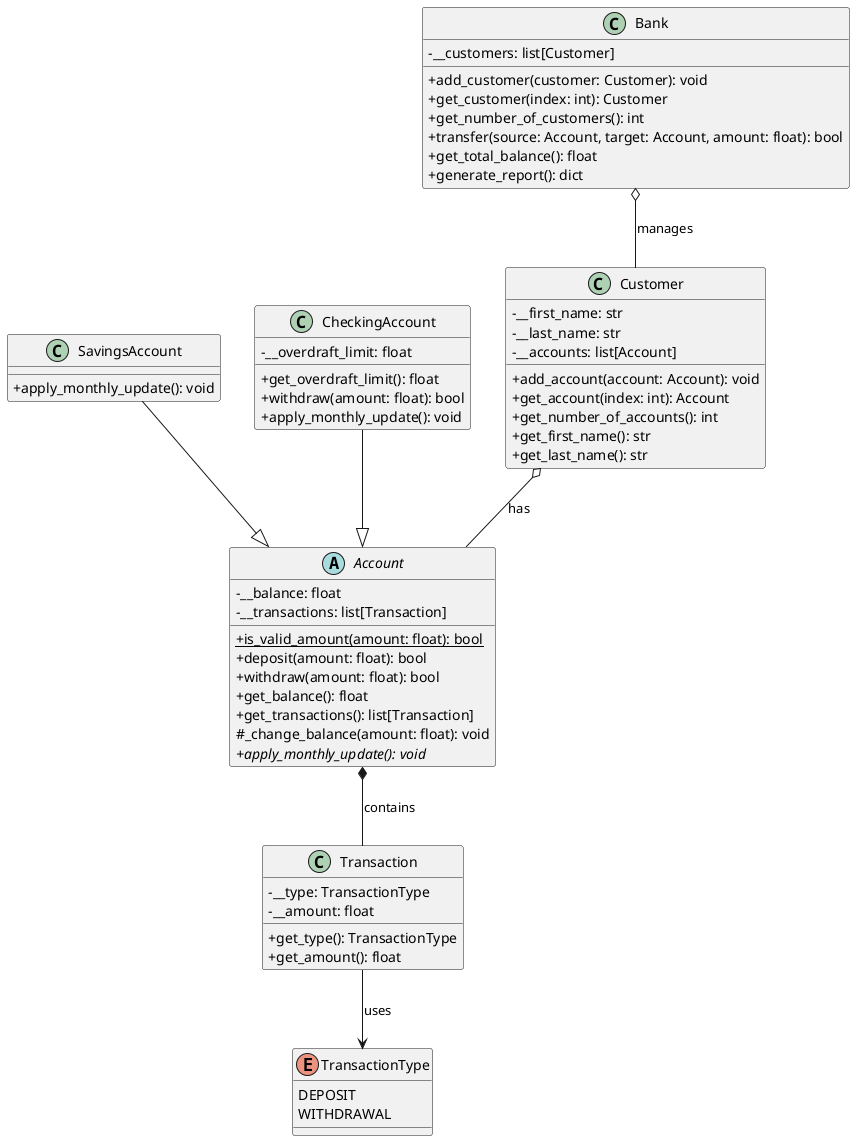
The PlantUML diagram docs/uml/banking.png in Radoslaw-Stepien/banking-OOP-python, before a commit. Source of this version:
```plantuml
@startuml banking

skinparam classAttributeIconSize 0

enum TransactionType {
    DEPOSIT
    WITHDRAWAL
}

class Transaction {
    - __type: TransactionType
    - __amount: float
    + get_type(): TransactionType
    + get_amount(): float
}

abstract class Account {
    - __balance: float
    - __transactions: list[Transaction]
    + {static} is_valid_amount(amount: float): bool
    + deposit(amount: float): bool
    + withdraw(amount: float): bool
    + get_balance(): float
    + get_transactions(): list[Transaction]
    # _change_balance(amount: float): void
    + {abstract} apply_monthly_update(): void
}

class SavingsAccount {
    + apply_monthly_update(): void
}

class CheckingAccount {
    - __overdraft_limit: float
    + get_overdraft_limit(): float
    + withdraw(amount: float): bool
    + apply_monthly_update(): void
}

class Customer {
    - __first_name: str
    - __last_name: str
    - __accounts: list[Account]
    + add_account(account: Account): void
    + get_account(index: int): Account
    + get_number_of_accounts(): int
    + get_first_name(): str
    + get_last_name(): str
}

class Bank {
    - __customers: list[Customer]
    + add_customer(customer: Customer): void
    + get_customer(index: int): Customer
    + get_number_of_customers(): int
    + transfer(source: Account, target: Account, amount: float): bool
    + get_total_balance(): float
    + generate_report(): dict
}

SavingsAccount --|> Account
CheckingAccount --|> Account
Account *-- Transaction : contains
Transaction --> TransactionType : uses
Customer o-- Account : has
Bank o-- Customer : manages

@enduml
```
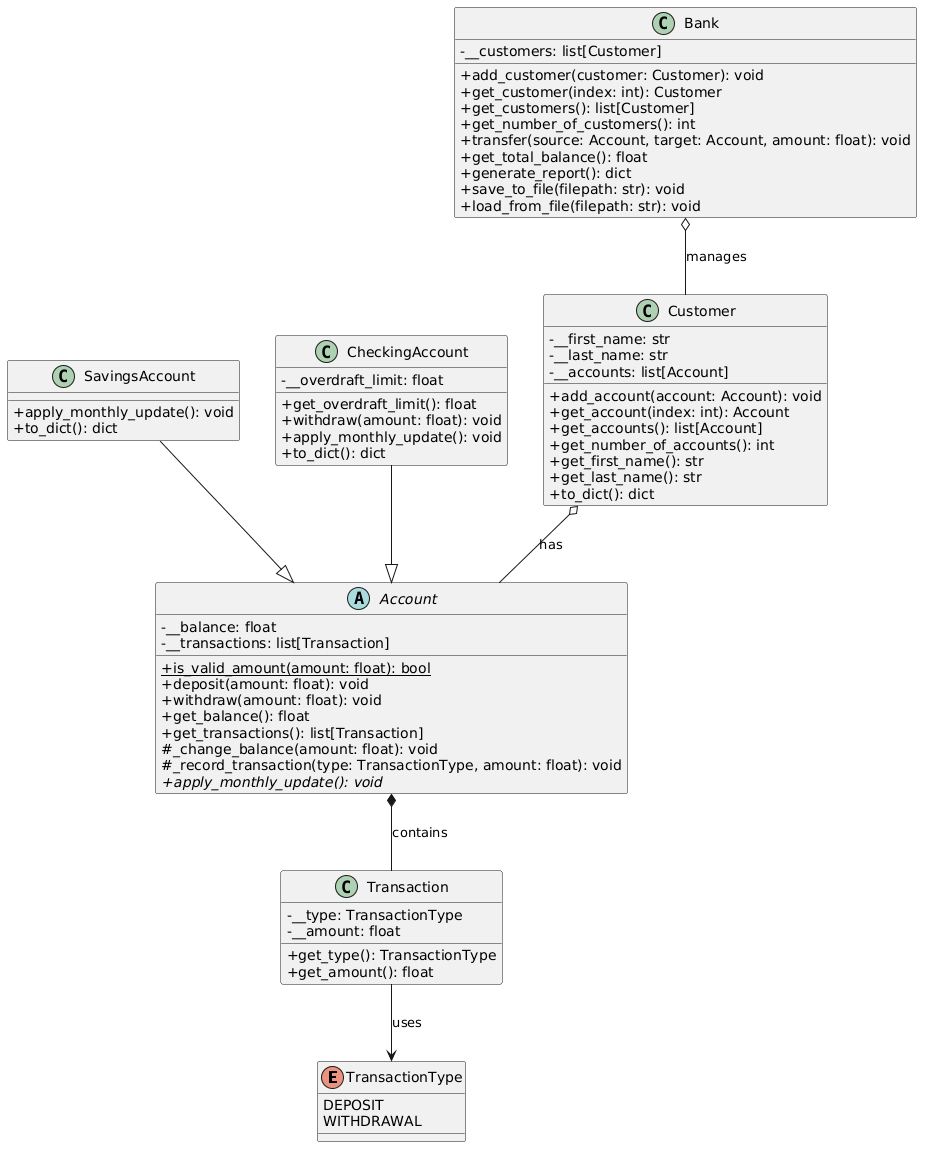
The same diagram one commit later.

The edit, as a diff of the source:
```diff
@@ -1,5 +1,4 @@
-@startuml banking
-
+@startuml
 skinparam classAttributeIconSize 0
 
 enum TransactionType {
@@ -18,23 +17,26 @@
     - __balance: float
     - __transactions: list[Transaction]
     + {static} is_valid_amount(amount: float): bool
-    + deposit(amount: float): bool
-    + withdraw(amount: float): bool
+    + deposit(amount: float): void
+    + withdraw(amount: float): void
     + get_balance(): float
     + get_transactions(): list[Transaction]
     # _change_balance(amount: float): void
+    # _record_transaction(type: TransactionType, amount: float): void
     + {abstract} apply_monthly_update(): void
 }
 
 class SavingsAccount {
     + apply_monthly_update(): void
+    + to_dict(): dict
 }
 
 class CheckingAccount {
     - __overdraft_limit: float
     + get_overdraft_limit(): float
-    + withdraw(amount: float): bool
+    + withdraw(amount: float): void
     + apply_monthly_update(): void
+    + to_dict(): dict
 }
 
 class Customer {
@@ -43,19 +45,24 @@
     - __accounts: list[Account]
     + add_account(account: Account): void
     + get_account(index: int): Account
+    + get_accounts(): list[Account]
     + get_number_of_accounts(): int
     + get_first_name(): str
     + get_last_name(): str
+    + to_dict(): dict
 }
 
 class Bank {
     - __customers: list[Customer]
     + add_customer(customer: Customer): void
     + get_customer(index: int): Customer
+    + get_customers(): list[Customer]
     + get_number_of_customers(): int
-    + transfer(source: Account, target: Account, amount: float): bool
+    + transfer(source: Account, target: Account, amount: float): void
     + get_total_balance(): float
     + generate_report(): dict
+    + save_to_file(filepath: str): void
+    + load_from_file(filepath: str): void
 }
 
 SavingsAccount --|> Account
@@ -64,5 +71,4 @@
 Transaction --> TransactionType : uses
 Customer o-- Account : has
 Bank o-- Customer : manages
-
 @enduml
```
